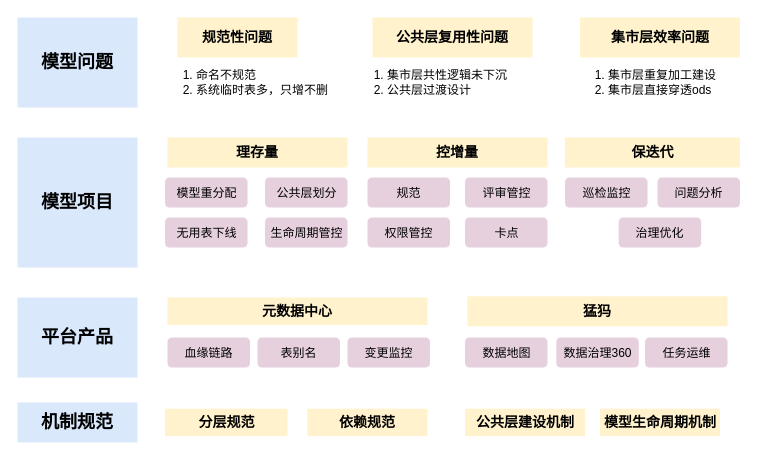
This is yx流量模型治理.drawio from mineminemine123/work-wiki, a draw.io file, before an edit. Source tidied: cells renumbered, new cells numbered last; positions are measured from the earlier drawing's top-left corner, leaving out a move shared by most shapes. Both pictures are drawn from the tidied source at 100%, with x=0, y=0 at pixel (17, 17).
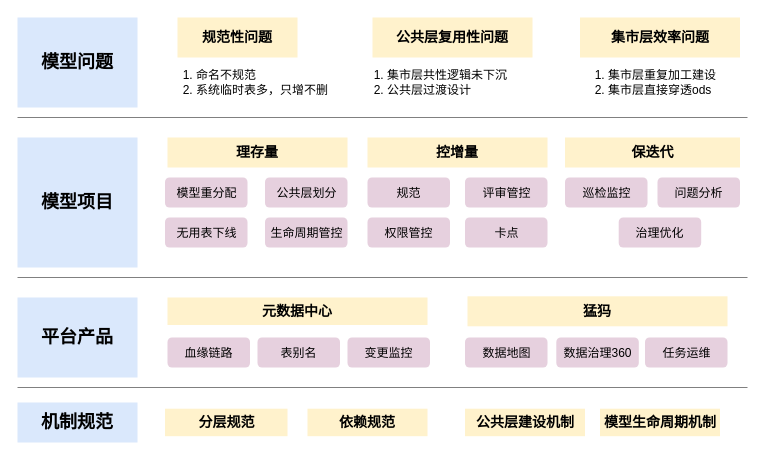
Above is the later version.

Commit message (it also covers changes not shown here):
更新yx流量模型治理.drawio

What changed in the source:
```diff
@@
+    <mxCell id="38" style="endArrow=none;html=1;rounded=0;fontFamily=微软雅黑;strokeWidth=1;strokeColor=#808080;" parent="1" edge="1">
+      <mxGeometry relative="1" as="geometry">
+        <mxPoint y="100" as="sourcePoint" />
+        <mxPoint x="730" y="100" as="targetPoint" />
+      </mxGeometry>
+    </mxCell>
+    <mxCell id="39" style="endArrow=none;html=1;rounded=0;fontFamily=微软雅黑;strokeWidth=1;strokeColor=#808080;" parent="1" edge="1">
+      <mxGeometry relative="1" as="geometry">
+        <mxPoint y="260" as="sourcePoint" />
+        <mxPoint x="730" y="260" as="targetPoint" />
+      </mxGeometry>
+    </mxCell>
+    <mxCell id="40" style="endArrow=none;html=1;rounded=0;fontFamily=微软雅黑;strokeWidth=1;strokeColor=#808080;" parent="1" edge="1">
+      <mxGeometry relative="1" as="geometry">
+        <mxPoint y="370" as="sourcePoint" />
+        <mxPoint x="730" y="370" as="targetPoint" />
+      </mxGeometry>
+    </mxCell>
```
